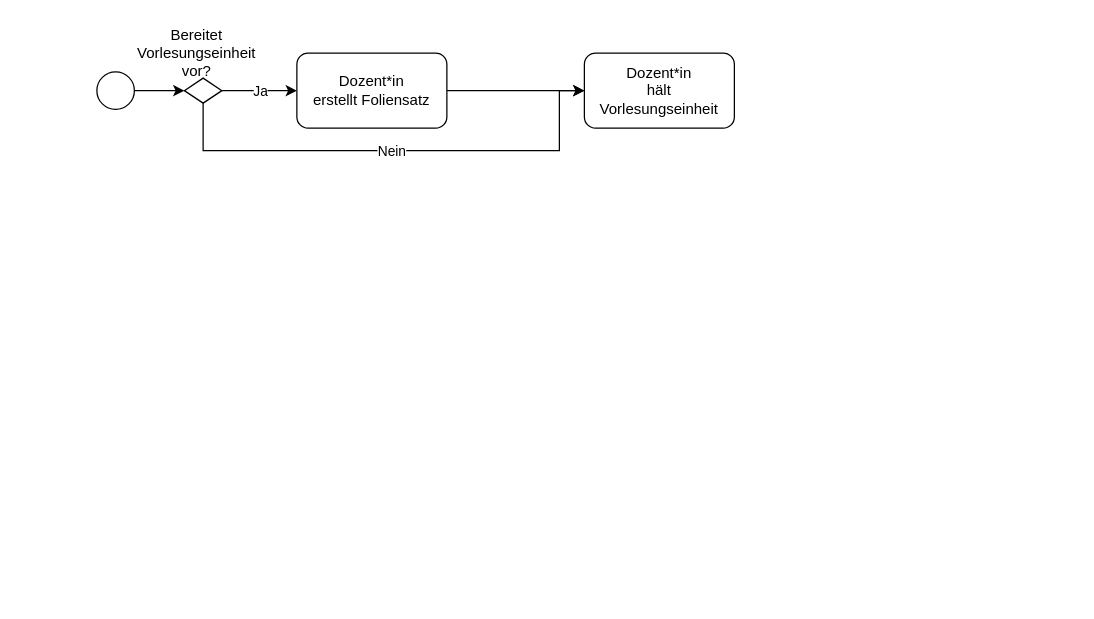
Earlier version of the draw.io diagram activity.drawio (kadsendino/drawio). Source tidied: cells renumbered, new cells numbered last; positions are measured from the earlier drawing's top-left corner, leaving out a move shared by most shapes. Both pictures are drawn from the tidied source at 125%, with x=0, y=0 at pixel (96, 34).
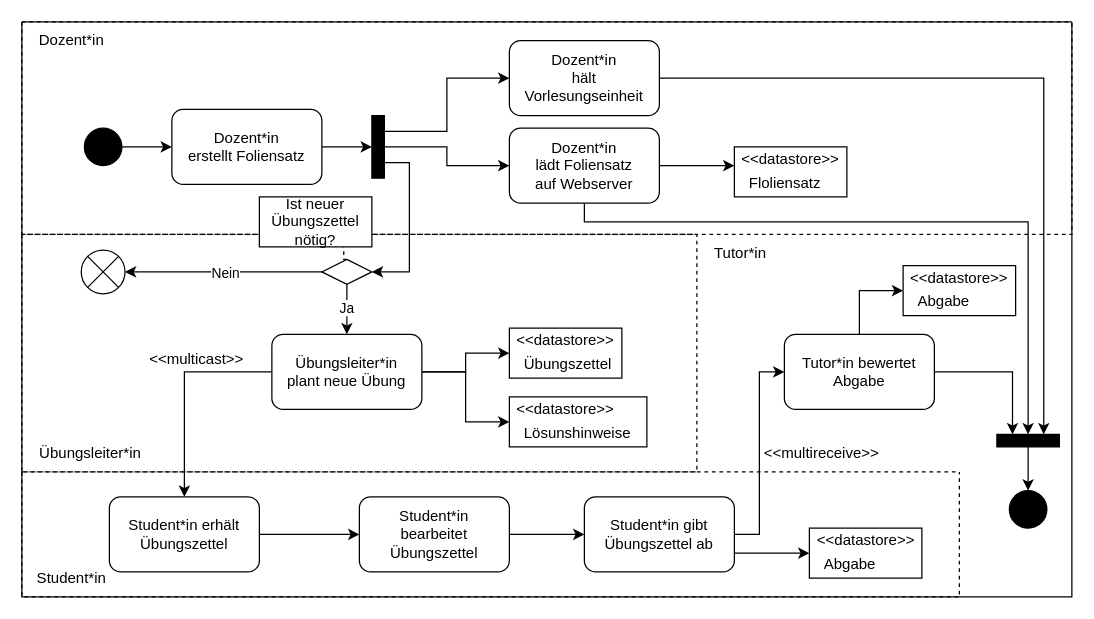
The same diagram, later.

What changed in the source:
```diff
@@
+    <mxCell id="15" style="swimlane;startSize=0;dashed=1;" parent="1" vertex="1">
+      <mxGeometry x="-60" y="-10" width="840" height="170" as="geometry" />
+    </mxCell>
+    <mxCell id="16" value="Dozent*in" style="text;html=1;align=center;verticalAlign=middle;whiteSpace=wrap;rounded=0;" parent="15" vertex="1">
+      <mxGeometry x="10" width="60" height="30" as="geometry" />
+    </mxCell>
+    <mxCell id="17" style="edgeStyle=orthogonalEdgeStyle;rounded=0;jettySize=auto;html=1;exitX=1;exitY=0.5;exitDx=0;exitDy=0;entryX=0;entryY=0.25;entryDx=0;entryDy=0;" parent="1" edge="1" source="2" target="71">
+      <mxGeometry relative="1" as="geometry" />
+    </mxCell>
     <mxCell id="2" style="rounded=1;whiteSpace=wrap;html=1;" parent="1" vertex="1">
-      <mxGeometry x="390" y="15" width="120" height="60" as="geometry" />
+      <mxGeometry x="330" y="5" width="120" height="60" as="geometry" />
     </mxCell>
-    <mxCell id="3" style="edgeStyle=orthogonalEdgeStyle;rounded=0;jettySize=auto;html=1;exitX=1;exitY=0.5;exitDx=0;exitDy=0;entryX=0;entryY=0.5;entryDx=0;entryDy=0;" parent="1" edge="1" source="4" target="10">
+    <mxCell id="3" style="edgeStyle=orthogonalEdgeStyle;rounded=0;jettySize=auto;html=1;exitX=1;exitY=0.5;exitDx=0;exitDy=0;entryX=0;entryY=0.5;entryDx=0;entryDy=0;" parent="1" edge="1" source="4" target="12">
       <mxGeometry relative="1" as="geometry" />
     </mxCell>
-    <mxCell id="4" style="ellipse;whiteSpace=wrap;html=1;" parent="1" vertex="1">
-      <mxGeometry y="30" width="30" height="30" as="geometry" />
+    <mxCell id="4" style="ellipse;whiteSpace=wrap;html=1;fillColor=#000000;" parent="1" vertex="1">
+      <mxGeometry x="-10" y="75" width="30" height="30" as="geometry" />
     </mxCell>
     <mxCell id="5" value="&lt;div&gt;Dozent*in&lt;/div&gt;&lt;div&gt;hält Vorlesungseinheit&lt;/div&gt;" style="text;html=1;align=center;verticalAlign=middle;whiteSpace=wrap;rounded=0;" parent="1" vertex="1">
-      <mxGeometry x="400" y="30" width="100" height="30" as="geometry" />
+      <mxGeometry x="340" y="20" width="100" height="30" as="geometry" />
     </mxCell>
-    <mxCell id="6" style="edgeStyle=orthogonalEdgeStyle;rounded=0;jettySize=auto;html=1;exitX=1;exitY=0.5;exitDx=0;exitDy=0;entryX=0;entryY=0.5;entryDx=0;entryDy=0;" parent="1" edge="1" source="10" target="12">
-      <mxGeometry relative="1" as="geometry" />
-    </mxCell>
-    <mxCell id="7" value="Ja" style="edgeLabel;html=1;align=center;verticalAlign=middle;" parent="6" vertex="1">
-      <mxGeometry relative="1" as="geometry" />
-    </mxCell>
-    <mxCell id="8" style="edgeStyle=orthogonalEdgeStyle;rounded=0;jettySize=auto;html=1;exitX=0.5;exitY=1;exitDx=0;exitDy=0;" parent="1" edge="1" source="10">
-      <mxGeometry relative="1" as="geometry">
-        <mxPoint x="390" y="45" as="targetPoint" />
-        <Array as="points">
-          <mxPoint x="85" y="93" />
-          <mxPoint x="370" y="93" />
-          <mxPoint x="370" y="45" />
-        </Array>
-      </mxGeometry>
-    </mxCell>
-    <mxCell id="9" value="Nein" style="edgeLabel;html=1;align=center;verticalAlign=middle;" parent="8" vertex="1">
-      <mxGeometry x="-0.04" relative="1" as="geometry" />
-    </mxCell>
-    <mxCell id="10" style="rhombus;whiteSpace=wrap;html=1;" parent="1" vertex="1">
-      <mxGeometry x="70" y="35" width="30" height="20" as="geometry" />
-    </mxCell>
-    <mxCell id="11" style="edgeStyle=orthogonalEdgeStyle;rounded=0;jettySize=auto;html=1;exitX=1;exitY=0.5;exitDx=0;exitDy=0;" parent="1" edge="1" source="12" target="2">
-      <mxGeometry relative="1" as="geometry" />
-    </mxCell>
+    <mxCell id="18" style="edgeStyle=orthogonalEdgeStyle;rounded=0;jettySize=auto;html=1;exitX=1;exitY=0.5;exitDx=0;exitDy=0;entryX=0;entryY=0.5;entryDx=0;entryDy=0;" parent="1" edge="1" source="12" target="26">
+      <mxGeometry relative="1" as="geometry" />
+    </mxCell>
     <mxCell id="12" style="rounded=1;whiteSpace=wrap;html=1;" parent="1" vertex="1">
-      <mxGeometry x="160" y="15" width="120" height="60" as="geometry" />
+      <mxGeometry x="60" y="60" width="120" height="60" as="geometry" />
     </mxCell>
     <mxCell id="13" value="&lt;div&gt;Dozent*in&lt;/div&gt;&lt;div&gt;erstellt Foliensatz&lt;br&gt;&lt;/div&gt;" style="text;html=1;align=center;verticalAlign=middle;whiteSpace=wrap;rounded=0;" parent="1" vertex="1">
-      <mxGeometry x="170" y="30" width="100" height="30" as="geometry" />
+      <mxGeometry x="70" y="75" width="100" height="30" as="geometry" />
     </mxCell>
-    <mxCell id="14" value="Bereitet Vorlesungseinheit vor?" style="text;html=1;align=center;verticalAlign=middle;whiteSpace=wrap;rounded=0;" parent="1" vertex="1">
-      <mxGeometry x="50" width="60" height="30" as="geometry" />
-    </mxCell>
+    <mxCell id="19" style="edgeStyle=orthogonalEdgeStyle;rounded=0;jettySize=auto;html=1;exitX=1;exitY=0.5;exitDx=0;exitDy=0;" parent="1" edge="1" source="21">
+      <mxGeometry relative="1" as="geometry">
+        <mxPoint x="510" y="105" as="targetPoint" />
+      </mxGeometry>
+    </mxCell>
+    <mxCell id="20" style="edgeStyle=orthogonalEdgeStyle;rounded=0;jettySize=auto;html=1;exitX=0.5;exitY=1;exitDx=0;exitDy=0;entryX=0;entryY=0.5;entryDx=0;entryDy=0;" parent="1" edge="1" source="21" target="71">
+      <mxGeometry relative="1" as="geometry">
+        <Array as="points">
+          <mxPoint x="390" y="150" />
+          <mxPoint x="745" y="150" />
+        </Array>
+      </mxGeometry>
+    </mxCell>
+    <mxCell id="21" style="rounded=1;whiteSpace=wrap;html=1;" parent="1" vertex="1">
+      <mxGeometry x="330" y="75" width="120" height="60" as="geometry" />
+    </mxCell>
+    <mxCell id="22" value="&lt;div&gt;Dozent*in&lt;/div&gt;&lt;div&gt;lädt Foliensatz&lt;/div&gt;&lt;div&gt;auf Webserver&lt;br&gt;&lt;/div&gt;" style="text;html=1;align=center;verticalAlign=middle;whiteSpace=wrap;rounded=0;" parent="1" vertex="1">
+      <mxGeometry x="340" y="90" width="100" height="30" as="geometry" />
+    </mxCell>
+    <mxCell id="23" style="edgeStyle=orthogonalEdgeStyle;rounded=0;jettySize=auto;html=1;exitX=1;exitY=0.25;exitDx=0;exitDy=0;entryX=0;entryY=0.5;entryDx=0;entryDy=0;" parent="1" edge="1" source="26" target="2">
+      <mxGeometry relative="1" as="geometry" />
+    </mxCell>
+    <mxCell id="24" style="edgeStyle=orthogonalEdgeStyle;rounded=0;jettySize=auto;html=1;exitX=1;exitY=0.5;exitDx=0;exitDy=0;entryX=0;entryY=0.5;entryDx=0;entryDy=0;" parent="1" edge="1" source="26" target="21">
+      <mxGeometry relative="1" as="geometry" />
+    </mxCell>
+    <mxCell id="25" style="edgeStyle=orthogonalEdgeStyle;rounded=0;jettySize=auto;html=1;exitX=1;exitY=0.75;exitDx=0;exitDy=0;entryX=1;entryY=0.5;entryDx=0;entryDy=0;" parent="1" edge="1" source="26" target="30">
+      <mxGeometry relative="1" as="geometry" />
+    </mxCell>
+    <mxCell id="26" style="rounded=0;whiteSpace=wrap;html=1;fillStyle=solid;fillColor=#000000;" parent="1" vertex="1">
+      <mxGeometry x="220" y="65" width="10" height="50" as="geometry" />
+    </mxCell>
+    <mxCell id="27" style="edgeStyle=orthogonalEdgeStyle;rounded=0;jettySize=auto;html=1;exitX=0;exitY=0.5;exitDx=0;exitDy=0;" parent="1" edge="1" source="30" target="31">
+      <mxGeometry relative="1" as="geometry" />
+    </mxCell>
+    <mxCell id="9" value="Nein" style="edgeLabel;html=1;align=center;verticalAlign=middle;" parent="27" vertex="1">
+      <mxGeometry x="-0.01" relative="1" as="geometry" />
+    </mxCell>
+    <mxCell id="28" style="edgeStyle=orthogonalEdgeStyle;rounded=0;jettySize=auto;html=1;exitX=0.5;exitY=1;exitDx=0;exitDy=0;entryX=0.5;entryY=0;entryDx=0;entryDy=0;" parent="1" edge="1" source="30" target="37">
+      <mxGeometry relative="1" as="geometry" />
+    </mxCell>
+    <mxCell id="7" value="Ja" style="edgeLabel;html=1;align=center;verticalAlign=middle;" parent="28" vertex="1">
+      <mxGeometry x="-0.1" y="-1" relative="1" as="geometry" />
+    </mxCell>
+    <mxCell id="29" style="edgeStyle=orthogonalEdgeStyle;rounded=0;jettySize=auto;html=1;exitX=0.5;exitY=0;exitDx=0;exitDy=0;entryX=0.75;entryY=1;entryDx=0;entryDy=0;endArrow=none;endFill=0;dashed=1;" parent="1" edge="1" source="30" target="74">
+      <mxGeometry relative="1" as="geometry" />
+    </mxCell>
+    <mxCell id="30" style="rhombus;whiteSpace=wrap;html=1;" parent="1" vertex="1">
+      <mxGeometry x="180" y="180" width="40" height="20" as="geometry" />
+    </mxCell>
+    <mxCell id="31" style="ellipse;whiteSpace=wrap;html=1;fillStyle=auto;fillColor=none;gradientColor=none;" parent="1" vertex="1">
+      <mxGeometry x="-12.5" y="172.5" width="35" height="35" as="geometry" />
+    </mxCell>
+    <mxCell id="32" style="endArrow=none;html=1;rounded=0;exitX=0;exitY=1;exitDx=0;exitDy=0;entryX=1;entryY=0;entryDx=0;entryDy=0;" parent="1" edge="1" source="31" target="31">
+      <mxGeometry relative="1" as="geometry" />
+    </mxCell>
+    <mxCell id="33" style="endArrow=none;html=1;rounded=0;exitX=0;exitY=0;exitDx=0;exitDy=0;entryX=1;entryY=1;entryDx=0;entryDy=0;" parent="1" edge="1" source="31" target="31">
+      <mxGeometry relative="1" as="geometry" />
+    </mxCell>
+    <mxCell id="34" style="edgeStyle=orthogonalEdgeStyle;rounded=0;jettySize=auto;html=1;exitX=1;exitY=0.5;exitDx=0;exitDy=0;entryX=0;entryY=0.5;entryDx=0;entryDy=0;" parent="1" edge="1" source="37" target="42">
+      <mxGeometry relative="1" as="geometry" />
+    </mxCell>
+    <mxCell id="35" style="edgeStyle=orthogonalEdgeStyle;rounded=0;jettySize=auto;html=1;exitX=1;exitY=0.5;exitDx=0;exitDy=0;entryX=0;entryY=0.5;entryDx=0;entryDy=0;" parent="1" edge="1" source="37" target="45">
+      <mxGeometry relative="1" as="geometry" />
+    </mxCell>
+    <mxCell id="36" style="edgeStyle=orthogonalEdgeStyle;rounded=0;jettySize=auto;html=1;exitX=0;exitY=0.5;exitDx=0;exitDy=0;entryX=0.5;entryY=0;entryDx=0;entryDy=0;" parent="1" edge="1" source="37" target="49">
+      <mxGeometry relative="1" as="geometry" />
+    </mxCell>
+    <mxCell id="37" style="rounded=1;whiteSpace=wrap;html=1;" parent="1" vertex="1">
+      <mxGeometry x="140" y="240" width="120" height="60" as="geometry" />
+    </mxCell>
+    <mxCell id="38" value="Übungsleiter*in plant neue Übung" style="text;html=1;align=center;verticalAlign=middle;whiteSpace=wrap;rounded=0;" parent="1" vertex="1">
+      <mxGeometry x="150" y="255" width="100" height="30" as="geometry" />
+    </mxCell>
+    <mxCell id="39" style="rounded=0;whiteSpace=wrap;html=1;" parent="1" vertex="1">
+      <mxGeometry x="510" y="90" width="90" height="40" as="geometry" />
+    </mxCell>
+    <mxCell id="40" value="&amp;lt;&amp;lt;datastore&amp;gt;&amp;gt;" style="text;html=1;align=center;verticalAlign=middle;whiteSpace=wrap;rounded=0;" parent="1" vertex="1">
+      <mxGeometry x="525" y="85" width="60" height="30" as="geometry" />
+    </mxCell>
+    <mxCell id="41" value="Floliensatz" style="text;whiteSpace=wrap;html=1;" parent="1" vertex="1">
+      <mxGeometry x="520" y="105" width="80" height="20" as="geometry" />
+    </mxCell>
+    <mxCell id="42" style="rounded=0;whiteSpace=wrap;html=1;" parent="1" vertex="1">
+      <mxGeometry x="330" y="235" width="90" height="40" as="geometry" />
+    </mxCell>
+    <mxCell id="43" value="&amp;lt;&amp;lt;datastore&amp;gt;&amp;gt;" style="text;html=1;align=center;verticalAlign=middle;whiteSpace=wrap;rounded=0;" parent="1" vertex="1">
+      <mxGeometry x="345" y="230" width="60" height="30" as="geometry" />
+    </mxCell>
+    <mxCell id="44" value="Übungszettel" style="text;whiteSpace=wrap;html=1;" parent="1" vertex="1">
+      <mxGeometry x="340" y="250" width="80" height="20" as="geometry" />
+    </mxCell>
+    <mxCell id="45" style="rounded=0;whiteSpace=wrap;html=1;" parent="1" vertex="1">
+      <mxGeometry x="330" y="290" width="110" height="40" as="geometry" />
+    </mxCell>
+    <mxCell id="46" value="&amp;lt;&amp;lt;datastore&amp;gt;&amp;gt;" style="text;html=1;align=center;verticalAlign=middle;whiteSpace=wrap;rounded=0;" parent="1" vertex="1">
+      <mxGeometry x="345" y="285" width="60" height="30" as="geometry" />
+    </mxCell>
+    <mxCell id="47" value="Lösunshinweise" style="text;whiteSpace=wrap;html=1;" parent="1" vertex="1">
+      <mxGeometry x="340" y="305" width="80" height="20" as="geometry" />
+    </mxCell>
+    <mxCell id="48" style="edgeStyle=orthogonalEdgeStyle;rounded=0;jettySize=auto;html=1;exitX=1;exitY=0.5;exitDx=0;exitDy=0;entryX=0;entryY=0.5;entryDx=0;entryDy=0;" parent="1" edge="1" source="49" target="52">
+      <mxGeometry relative="1" as="geometry" />
+    </mxCell>
+    <mxCell id="49" style="rounded=1;whiteSpace=wrap;html=1;" parent="1" vertex="1">
+      <mxGeometry x="10" y="370" width="120" height="60" as="geometry" />
+    </mxCell>
+    <mxCell id="50" value="Student*in erhält Übungszettel" style="text;html=1;align=center;verticalAlign=middle;whiteSpace=wrap;rounded=0;" parent="1" vertex="1">
+      <mxGeometry x="20" y="385" width="100" height="30" as="geometry" />
+    </mxCell>
+    <mxCell id="51" style="edgeStyle=orthogonalEdgeStyle;rounded=0;jettySize=auto;html=1;exitX=1;exitY=0.5;exitDx=0;exitDy=0;entryX=0;entryY=0.5;entryDx=0;entryDy=0;" parent="1" edge="1" source="52" target="57">
+      <mxGeometry relative="1" as="geometry" />
+    </mxCell>
+    <mxCell id="52" style="rounded=1;whiteSpace=wrap;html=1;" parent="1" vertex="1">
+      <mxGeometry x="210" y="370" width="120" height="60" as="geometry" />
+    </mxCell>
+    <mxCell id="53" value="Student*in bearbeitet Übungszettel" style="text;html=1;align=center;verticalAlign=middle;whiteSpace=wrap;rounded=0;" parent="1" vertex="1">
+      <mxGeometry x="220" y="385" width="100" height="30" as="geometry" />
+    </mxCell>
+    <mxCell id="54" value="&amp;lt;&amp;lt;multicast&amp;gt;&amp;gt;" style="text;html=1;align=center;verticalAlign=middle;whiteSpace=wrap;rounded=0;" parent="1" vertex="1">
+      <mxGeometry x="50" y="245" width="60" height="30" as="geometry" />
+    </mxCell>
+    <mxCell id="55" style="edgeStyle=orthogonalEdgeStyle;rounded=0;jettySize=auto;html=1;exitX=1;exitY=0.5;exitDx=0;exitDy=0;entryX=0;entryY=0.5;entryDx=0;entryDy=0;" parent="1" edge="1" source="57" target="61">
+      <mxGeometry relative="1" as="geometry" />
+    </mxCell>
+    <mxCell id="56" style="edgeStyle=orthogonalEdgeStyle;rounded=0;jettySize=auto;html=1;exitX=1;exitY=0.75;exitDx=0;exitDy=0;entryX=0;entryY=0.5;entryDx=0;entryDy=0;" parent="1" edge="1" source="57" target="63">
+      <mxGeometry relative="1" as="geometry" />
+    </mxCell>
+    <mxCell id="57" style="rounded=1;whiteSpace=wrap;html=1;" parent="1" vertex="1">
+      <mxGeometry x="390" y="370" width="120" height="60" as="geometry" />
+    </mxCell>
+    <mxCell id="58" value="Student*in gibt Übungszettel ab" style="text;html=1;align=center;verticalAlign=middle;whiteSpace=wrap;rounded=0;" parent="1" vertex="1">
+      <mxGeometry x="400" y="385" width="100" height="30" as="geometry" />
+    </mxCell>
+    <mxCell id="59" style="edgeStyle=orthogonalEdgeStyle;rounded=0;jettySize=auto;html=1;exitX=0.5;exitY=0;exitDx=0;exitDy=0;entryX=0;entryY=0.5;entryDx=0;entryDy=0;" parent="1" edge="1" source="61" target="66">
+      <mxGeometry relative="1" as="geometry" />
+    </mxCell>
+    <mxCell id="60" style="edgeStyle=orthogonalEdgeStyle;rounded=0;jettySize=auto;html=1;exitX=1;exitY=0.5;exitDx=0;exitDy=0;entryX=0;entryY=0.75;entryDx=0;entryDy=0;" parent="1" edge="1" source="61" target="71">
+      <mxGeometry relative="1" as="geometry" />
+    </mxCell>
+    <mxCell id="61" style="rounded=1;whiteSpace=wrap;html=1;" parent="1" vertex="1">
+      <mxGeometry x="550" y="240" width="120" height="60" as="geometry" />
+    </mxCell>
+    <mxCell id="62" value="Tutor*in bewertet Abgabe" style="text;html=1;align=center;verticalAlign=middle;whiteSpace=wrap;rounded=0;" parent="1" vertex="1">
+      <mxGeometry x="560" y="255" width="100" height="30" as="geometry" />
+    </mxCell>
+    <mxCell id="63" style="rounded=0;whiteSpace=wrap;html=1;" parent="1" vertex="1">
+      <mxGeometry x="570" y="395" width="90" height="40" as="geometry" />
+    </mxCell>
+    <mxCell id="64" value="&amp;lt;&amp;lt;datastore&amp;gt;&amp;gt;" style="text;html=1;align=center;verticalAlign=middle;whiteSpace=wrap;rounded=0;" parent="1" vertex="1">
+      <mxGeometry x="567.5" y="390" width="95" height="30" as="geometry" />
+    </mxCell>
+    <mxCell id="65" value="Abgabe" style="text;whiteSpace=wrap;html=1;" parent="1" vertex="1">
+      <mxGeometry x="580" y="410" width="80" height="20" as="geometry" />
+    </mxCell>
+    <mxCell id="66" style="rounded=0;whiteSpace=wrap;html=1;" parent="1" vertex="1">
+      <mxGeometry x="645" y="185" width="90" height="40" as="geometry" />
+    </mxCell>
+    <mxCell id="67" value="&amp;lt;&amp;lt;datastore&amp;gt;&amp;gt;" style="text;html=1;align=center;verticalAlign=middle;whiteSpace=wrap;rounded=0;" parent="1" vertex="1">
+      <mxGeometry x="635" y="180" width="110" height="30" as="geometry" />
+    </mxCell>
+    <mxCell id="68" value="Abgabe" style="text;whiteSpace=wrap;html=1;" parent="1" vertex="1">
+      <mxGeometry x="655" y="200" width="80" height="20" as="geometry" />
+    </mxCell>
+    <mxCell id="69" style="ellipse;whiteSpace=wrap;html=1;fillColor=#000000;" parent="1" vertex="1">
+      <mxGeometry x="730" y="365" width="30" height="30" as="geometry" />
+    </mxCell>
+    <mxCell id="70" style="edgeStyle=orthogonalEdgeStyle;rounded=0;jettySize=auto;html=1;exitX=1;exitY=0.5;exitDx=0;exitDy=0;entryX=0.5;entryY=0;entryDx=0;entryDy=0;" parent="1" edge="1" source="71" target="69">
+      <mxGeometry relative="1" as="geometry" />
+    </mxCell>
+    <mxCell id="71" style="rounded=0;whiteSpace=wrap;html=1;fillStyle=solid;fillColor=#000000;direction=south;" parent="1" vertex="1">
+      <mxGeometry x="720" y="320" width="50" height="10" as="geometry" />
+    </mxCell>
+    <mxCell id="72" style="swimlane;startSize=0;" parent="1" vertex="1">
+      <mxGeometry x="-60" y="-10" width="840" height="460" as="geometry" />
+    </mxCell>
+    <mxCell id="73" style="swimlane;startSize=0;dashed=1;" parent="72" vertex="1">
+      <mxGeometry y="170" width="540" height="190" as="geometry" />
+    </mxCell>
+    <mxCell id="74" style="rounded=0;whiteSpace=wrap;html=1;" parent="73" vertex="1">
+      <mxGeometry x="190" y="-30" width="90" height="40" as="geometry" />
+    </mxCell>
+    <mxCell id="75" value="&lt;div&gt;Ist neuer Übungszettel&lt;/div&gt;&lt;div&gt;nötig?&lt;br&gt;&lt;/div&gt;" style="text;html=1;align=center;verticalAlign=middle;whiteSpace=wrap;rounded=0;" parent="73" vertex="1">
+      <mxGeometry x="205" y="-25" width="60" height="30" as="geometry" />
+    </mxCell>
+    <mxCell id="76" value="Tutor*in" style="text;html=1;align=center;verticalAlign=middle;whiteSpace=wrap;rounded=0;" parent="72" vertex="1">
+      <mxGeometry x="540" y="170" width="70" height="30" as="geometry" />
+    </mxCell>
+    <mxCell id="77" value="&amp;lt;&amp;lt;multireceive&amp;gt;&amp;gt;" style="text;html=1;align=center;verticalAlign=middle;whiteSpace=wrap;rounded=0;" parent="72" vertex="1">
+      <mxGeometry x="580" y="330" width="120" height="30" as="geometry" />
+    </mxCell>
+    <mxCell id="78" value="Übungsleiter*in" style="text;html=1;align=center;verticalAlign=middle;whiteSpace=wrap;rounded=0;" parent="1" vertex="1">
+      <mxGeometry x="-60" y="320" width="110" height="30" as="geometry" />
+    </mxCell>
+    <mxCell id="79" style="swimlane;startSize=0;dashed=1;" parent="1" vertex="1">
+      <mxGeometry x="-60" y="350" width="750" height="100" as="geometry" />
+    </mxCell>
+    <mxCell id="80" value="Student*in" style="text;html=1;align=center;verticalAlign=middle;whiteSpace=wrap;rounded=0;" parent="79" vertex="1">
+      <mxGeometry y="70" width="80" height="30" as="geometry" />
+    </mxCell>
```
